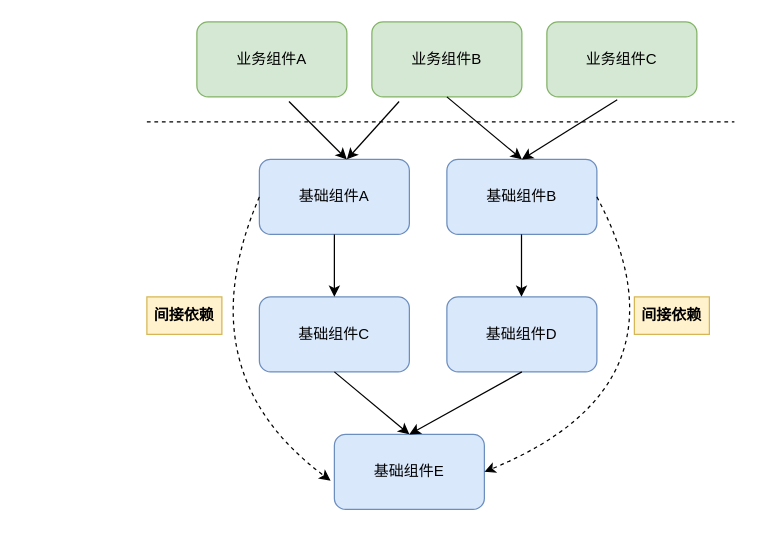
Before: page "Page-1" (1 of 4) of DependencySlove.drawio in desertslin/graph, a draw.io diagram. Source tidied: cells renumbered, new cells numbered last; positions are measured from the earlier drawing's top-left corner, leaving out a move shared by most shapes. Both pictures are drawn from the tidied source at 125%, with x=0, y=0 at pixel (146, 21).
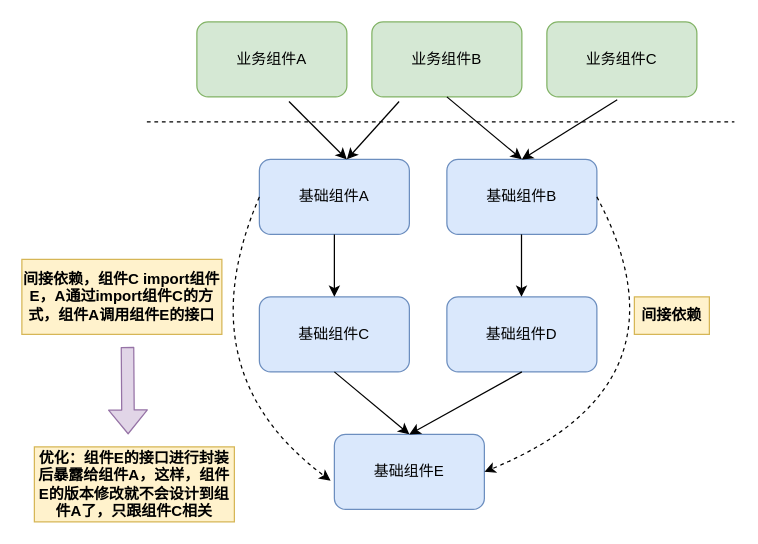
The same page after the edit.

What changed in the source:
```diff
@@
-    <mxCell id="21" value="间接依赖" style="text;html=1;strokeColor=#d6b656;fillColor=#fff2cc;align=center;verticalAlign=middle;whiteSpace=wrap;rounded=0;fontStyle=1;" parent="1" vertex="1">
-      <mxGeometry y="220" width="60" height="30" as="geometry" />
+    <mxCell id="21" value="间接依赖，组件C import组件E，A通过import组件C的方式，组件A调用组件E的接口" style="text;html=1;strokeColor=#d6b656;fillColor=#fff2cc;align=center;verticalAlign=middle;whiteSpace=wrap;rounded=0;fontStyle=1;" parent="1" vertex="1">
+      <mxGeometry x="-100" y="190" width="160" height="60" as="geometry" />
     </mxCell>
@@
+    <mxCell id="23" style="shape=flexArrow;endArrow=classic;html=1;curved=1;fillColor=#e1d5e7;strokeColor=#9673a6;" parent="1" edge="1">
+      <mxGeometry relative="1" as="geometry">
+        <mxPoint x="-15.5" y="260" as="sourcePoint" />
+        <mxPoint x="-15" y="330" as="targetPoint" />
+      </mxGeometry>
+    </mxCell>
+    <mxCell id="24" value="优化：组件E的接口进行封装后暴露给组件A，这样，组件E的版本修改就不会设计到组件A了，只跟组件C相关" style="text;html=1;strokeColor=#d6b656;fillColor=#fff2cc;align=center;verticalAlign=middle;whiteSpace=wrap;rounded=0;fontStyle=1;" parent="1" vertex="1">
+      <mxGeometry x="-90" y="340" width="160" height="60" as="geometry" />
+    </mxCell>
```
